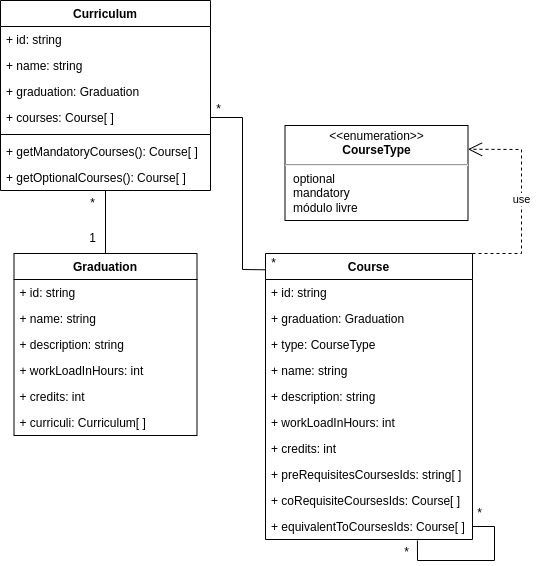
This is docs/images/modelagem/diagramas-estaticos-classes-1.png from UnBArqDsw2022-1/2022.1_G4_FluxoAgil, a draw.io export, as it was before one commit. Source tidied: cells renumbered, new cells last; positions are measured from the earlier drawing's top-left corner, leaving out a move shared by most shapes. The source it was exported from:
```xml
<mxGraphModel>
  <root>
    <mxCell id="0" />
    <mxCell id="1" parent="0" />
    <mxCell id="2" value="Course" style="swimlane;fontStyle=1;align=center;verticalAlign=top;horizontal=1;startSize=26;" parent="1" vertex="1">
      <mxGeometry x="265" y="253" width="207" height="286" as="geometry" />
    </mxCell>
    <mxCell id="3" value="+ id: string" style="text;strokeColor=none;fillColor=none;align=left;verticalAlign=top;spacingLeft=4;spacingRight=4;overflow=hidden;points=[[0,0.5],[1,0.5]];portConstraint=eastwest;fontColor=#000000;" parent="2" vertex="1">
      <mxGeometry y="26" width="207" height="26" as="geometry" />
    </mxCell>
    <mxCell id="4" value="+ graduation: Graduation" style="text;strokeColor=none;fillColor=none;align=left;verticalAlign=top;spacingLeft=4;spacingRight=4;overflow=hidden;fontColor=#000000;" parent="2" vertex="1">
      <mxGeometry y="52" width="207" height="26" as="geometry" />
    </mxCell>
    <mxCell id="5" value="+ type: CourseType" style="text;strokeColor=none;fillColor=none;align=left;verticalAlign=top;spacingLeft=4;spacingRight=4;overflow=hidden;fontColor=#000000;" parent="2" vertex="1">
      <mxGeometry y="78" width="207" height="26" as="geometry" />
    </mxCell>
    <mxCell id="6" value="+ name: string" style="text;strokeColor=none;fillColor=none;align=left;verticalAlign=top;spacingLeft=4;spacingRight=4;overflow=hidden;fontColor=#000000;" parent="2" vertex="1">
      <mxGeometry y="104" width="207" height="26" as="geometry" />
    </mxCell>
    <mxCell id="7" value="+ description: string" style="text;strokeColor=none;fillColor=none;align=left;verticalAlign=top;spacingLeft=4;spacingRight=4;overflow=hidden;fontColor=#000000;" parent="2" vertex="1">
      <mxGeometry y="130" width="207" height="26" as="geometry" />
    </mxCell>
    <mxCell id="8" value="+ workLoadInHours: int" style="text;strokeColor=none;fillColor=none;align=left;verticalAlign=top;spacingLeft=4;spacingRight=4;overflow=hidden;fontColor=#000000;" parent="2" vertex="1">
      <mxGeometry y="156" width="207" height="26" as="geometry" />
    </mxCell>
    <mxCell id="9" value="+ credits: int" style="text;strokeColor=none;fillColor=none;align=left;verticalAlign=top;spacingLeft=4;spacingRight=4;overflow=hidden;fontColor=#000000;" parent="2" vertex="1">
      <mxGeometry y="182" width="207" height="26" as="geometry" />
    </mxCell>
    <mxCell id="10" value="+ preRequisitesCoursesIds: string[ ]" style="text;strokeColor=none;fillColor=none;align=left;verticalAlign=top;spacingLeft=4;spacingRight=4;overflow=hidden;" parent="2" vertex="1">
      <mxGeometry y="208" width="207" height="26" as="geometry" />
    </mxCell>
    <mxCell id="11" value="+ coRequisiteCoursesIds: Course[ ]" style="text;strokeColor=none;fillColor=none;align=left;verticalAlign=top;spacingLeft=4;spacingRight=4;overflow=hidden;" parent="2" vertex="1">
      <mxGeometry y="234" width="207" height="26" as="geometry" />
    </mxCell>
    <mxCell id="12" value="+ equivalentToCoursesIds: Course[ ]" style="text;strokeColor=none;fillColor=none;align=left;verticalAlign=top;spacingLeft=4;spacingRight=4;overflow=hidden;points=[[0,0.5],[1,0.5]];portConstraint=eastwest;" parent="2" vertex="1">
      <mxGeometry y="260" width="207" height="26" as="geometry" />
    </mxCell>
    <mxCell id="13" style="endArrow=none;html=1;rounded=0;entryX=1;entryY=0.5;entryDx=0;entryDy=0;exitX=0.734;exitY=1.038;exitDx=0;exitDy=0;exitPerimeter=0;" parent="2" edge="1" source="12" target="12">
      <mxGeometry relative="1" as="geometry">
        <Array as="points">
          <mxPoint x="152" y="307" />
          <mxPoint x="229" y="307" />
          <mxPoint x="229" y="273" />
        </Array>
      </mxGeometry>
    </mxCell>
    <mxCell id="14" value="&lt;p style=&quot;margin:0px;margin-top:4px;text-align:center;&quot;&gt;&amp;lt;&amp;lt;enumeration&amp;gt;&amp;gt;&lt;br&gt;&lt;b&gt;CourseType&lt;/b&gt;&lt;/p&gt;&lt;hr&gt;&lt;p style=&quot;margin:0px;margin-left:8px;text-align:left;&quot;&gt;optional&lt;br&gt;mandatory&lt;/p&gt;&lt;p style=&quot;margin:0px;margin-left:8px;text-align:left;&quot;&gt;módulo livre&lt;/p&gt;" style="shape=rect;html=1;overflow=fill;whiteSpace=wrap;fontColor=#000000;" parent="1" vertex="1">
      <mxGeometry x="284.5" y="125" width="183" height="95" as="geometry" />
    </mxCell>
    <mxCell id="15" value="&lt;font color=&quot;#000000&quot;&gt;use&lt;/font&gt;" style="endArrow=open;endSize=12;dashed=1;html=1;rounded=0;fontColor=#CC0000;entryX=1;entryY=0.25;entryDx=0;entryDy=0;exitX=1;exitY=0;exitDx=0;exitDy=0;" parent="1" edge="1" source="2" target="14">
      <mxGeometry relative="1" as="geometry">
        <Array as="points">
          <mxPoint x="521" y="253" />
          <mxPoint x="521" y="149" />
        </Array>
      </mxGeometry>
    </mxCell>
    <mxCell id="16" value="Graduation" style="swimlane;fontStyle=1;align=center;verticalAlign=top;horizontal=1;startSize=26;" parent="1" vertex="1">
      <mxGeometry x="13.5" y="253" width="183" height="182" as="geometry" />
    </mxCell>
    <mxCell id="17" value="+ id: string" style="text;strokeColor=none;fillColor=none;align=left;verticalAlign=top;spacingLeft=4;spacingRight=4;overflow=hidden;fontColor=#000000;" parent="16" vertex="1">
      <mxGeometry y="26" width="183" height="26" as="geometry" />
    </mxCell>
    <mxCell id="18" value="+ name: string" style="text;strokeColor=none;fillColor=none;align=left;verticalAlign=top;spacingLeft=4;spacingRight=4;overflow=hidden;fontColor=#000000;" parent="16" vertex="1">
      <mxGeometry y="52" width="183" height="26" as="geometry" />
    </mxCell>
    <mxCell id="19" value="+ description: string" style="text;strokeColor=none;fillColor=none;align=left;verticalAlign=top;spacingLeft=4;spacingRight=4;overflow=hidden;fontColor=#000000;" parent="16" vertex="1">
      <mxGeometry y="78" width="183" height="26" as="geometry" />
    </mxCell>
    <mxCell id="20" value="+ workLoadInHours: int" style="text;strokeColor=none;fillColor=none;align=left;verticalAlign=top;spacingLeft=4;spacingRight=4;overflow=hidden;fontColor=#000000;" parent="16" vertex="1">
      <mxGeometry y="104" width="183" height="26" as="geometry" />
    </mxCell>
    <mxCell id="21" value="+ credits: int" style="text;strokeColor=none;fillColor=none;align=left;verticalAlign=top;spacingLeft=4;spacingRight=4;overflow=hidden;fontColor=#000000;" parent="16" vertex="1">
      <mxGeometry y="130" width="183" height="26" as="geometry" />
    </mxCell>
    <mxCell id="22" value="+ curriculi: Curriculum[ ] " style="text;strokeColor=none;fillColor=none;align=left;verticalAlign=top;spacingLeft=4;spacingRight=4;overflow=hidden;fontColor=#000000;" parent="16" vertex="1">
      <mxGeometry y="156" width="183" height="26" as="geometry" />
    </mxCell>
    <mxCell id="23" style="endArrow=none;html=1;rounded=0;exitX=1;exitY=0.5;exitDx=0;exitDy=0;entryX=0;entryY=0.057;entryDx=0;entryDy=0;entryPerimeter=0;" parent="1" edge="1" source="32" target="2">
      <mxGeometry relative="1" as="geometry">
        <Array as="points">
          <mxPoint x="242" y="117" />
          <mxPoint x="242" y="269" />
        </Array>
      </mxGeometry>
    </mxCell>
    <mxCell id="24" value="*" style="text;html=1;align=center;verticalAlign=middle;strokeColor=none;fillColor=none;" parent="1" vertex="1">
      <mxGeometry x="206" y="96" width="23" height="26" as="geometry" />
    </mxCell>
    <mxCell id="25" value="*" style="text;html=1;align=center;verticalAlign=middle;strokeColor=none;fillColor=none;" parent="1" vertex="1">
      <mxGeometry x="261.5" y="250" width="23" height="26" as="geometry" />
    </mxCell>
    <mxCell id="26" value="*" style="text;html=1;align=center;verticalAlign=middle;strokeColor=none;fillColor=none;" parent="1" vertex="1">
      <mxGeometry x="467.5" y="500" width="23" height="26" as="geometry" />
    </mxCell>
    <mxCell id="27" value="*" style="text;html=1;align=center;verticalAlign=middle;points=[];strokeColor=none;fillColor=none;" parent="1" vertex="1">
      <mxGeometry x="394" y="539" width="23" height="26" as="geometry" />
    </mxCell>
    <mxCell id="28" value="Curriculum" style="swimlane;fontStyle=1;align=center;verticalAlign=top;horizontal=1;startSize=26;" parent="1" vertex="1">
      <mxGeometry width="210" height="190" as="geometry" />
    </mxCell>
    <mxCell id="29" value="+ id: string" style="text;strokeColor=none;fillColor=none;align=left;verticalAlign=top;spacingLeft=4;spacingRight=4;overflow=hidden;fontColor=#000000;" parent="28" vertex="1">
      <mxGeometry y="26" width="210" height="26" as="geometry" />
    </mxCell>
    <mxCell id="30" value="+ name: string" style="text;strokeColor=none;fillColor=none;align=left;verticalAlign=top;spacingLeft=4;spacingRight=4;overflow=hidden;fontColor=#000000;" parent="28" vertex="1">
      <mxGeometry y="52" width="210" height="26" as="geometry" />
    </mxCell>
    <mxCell id="31" value="+ graduation: Graduation" style="text;strokeColor=none;fillColor=none;align=left;verticalAlign=top;spacingLeft=4;spacingRight=4;overflow=hidden;fontColor=#000000;" parent="28" vertex="1">
      <mxGeometry y="78" width="210" height="26" as="geometry" />
    </mxCell>
    <mxCell id="32" value="+ courses: Course[ ]" style="text;strokeColor=none;fillColor=none;align=left;verticalAlign=top;spacingLeft=4;spacingRight=4;overflow=hidden;points=[[0,0.5],[1,0.5]];portConstraint=eastwest;fontColor=#000000;" parent="28" vertex="1">
      <mxGeometry y="104" width="210" height="26" as="geometry" />
    </mxCell>
    <mxCell id="33" style="line;strokeWidth=1;fillColor=none;align=left;verticalAlign=middle;spacingTop=-1;spacingLeft=3;spacingRight=3;labelPosition=right;" parent="28" vertex="1">
      <mxGeometry y="130" width="210" height="8" as="geometry" />
    </mxCell>
    <mxCell id="34" value="+ getMandatoryCourses(): Course[ ]" style="text;strokeColor=none;fillColor=none;align=left;verticalAlign=top;spacingLeft=4;spacingRight=4;overflow=hidden;" parent="28" vertex="1">
      <mxGeometry y="138" width="210" height="26" as="geometry" />
    </mxCell>
    <mxCell id="35" value="+ getOptionalCourses(): Course[ ]" style="text;strokeColor=none;fillColor=none;align=left;verticalAlign=top;spacingLeft=4;spacingRight=4;overflow=hidden;" parent="28" vertex="1">
      <mxGeometry y="164" width="210" height="26" as="geometry" />
    </mxCell>
    <mxCell id="36" style="endArrow=none;html=1;rounded=0;exitX=0.5;exitY=0;exitDx=0;exitDy=0;entryX=0.5;entryY=1;entryDx=0;entryDy=0;" parent="1" edge="1" source="16" target="28">
      <mxGeometry relative="1" as="geometry" />
    </mxCell>
    <mxCell id="37" value="1" style="text;html=1;align=center;verticalAlign=middle;strokeColor=none;fillColor=none;" parent="1" vertex="1">
      <mxGeometry x="77" y="223" width="30" height="30" as="geometry" />
    </mxCell>
    <mxCell id="38" value="*" style="text;html=1;align=center;verticalAlign=middle;strokeColor=none;fillColor=none;" parent="1" vertex="1">
      <mxGeometry x="80.5" y="190" width="23" height="26" as="geometry" />
    </mxCell>
  </root>
</mxGraphModel>
```
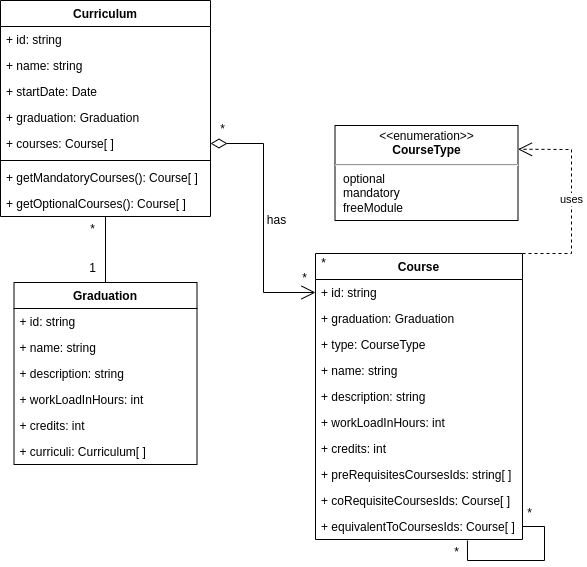
The same diagram one commit later.

The edit, as a diff of the source:
```diff
@@ -3,7 +3,7 @@
     <mxCell id="0" />
     <mxCell id="1" parent="0" />
     <mxCell id="2" value="Course" style="swimlane;fontStyle=1;align=center;verticalAlign=top;horizontal=1;startSize=26;" parent="1" vertex="1">
-      <mxGeometry x="265" y="253" width="207" height="286" as="geometry" />
+      <mxGeometry x="315" y="253" width="207" height="286" as="geometry" />
     </mxCell>
     <mxCell id="3" value="+ id: string" style="text;strokeColor=none;fillColor=none;align=left;verticalAlign=top;spacingLeft=4;spacingRight=4;overflow=hidden;points=[[0,0.5],[1,0.5]];portConstraint=eastwest;fontColor=#000000;" parent="2" vertex="1">
       <mxGeometry y="26" width="207" height="26" as="geometry" />
@@ -44,19 +44,19 @@
         </Array>
       </mxGeometry>
     </mxCell>
-    <mxCell id="14" value="&lt;p style=&quot;margin:0px;margin-top:4px;text-align:center;&quot;&gt;&amp;lt;&amp;lt;enumeration&amp;gt;&amp;gt;&lt;br&gt;&lt;b&gt;CourseType&lt;/b&gt;&lt;/p&gt;&lt;hr&gt;&lt;p style=&quot;margin:0px;margin-left:8px;text-align:left;&quot;&gt;optional&lt;br&gt;mandatory&lt;/p&gt;&lt;p style=&quot;margin:0px;margin-left:8px;text-align:left;&quot;&gt;módulo livre&lt;/p&gt;" style="shape=rect;html=1;overflow=fill;whiteSpace=wrap;fontColor=#000000;" parent="1" vertex="1">
-      <mxGeometry x="284.5" y="125" width="183" height="95" as="geometry" />
+    <mxCell id="14" value="&lt;p style=&quot;margin:0px;margin-top:4px;text-align:center;&quot;&gt;&amp;lt;&amp;lt;enumeration&amp;gt;&amp;gt;&lt;br&gt;&lt;b&gt;CourseType&lt;/b&gt;&lt;/p&gt;&lt;hr&gt;&lt;p style=&quot;margin:0px;margin-left:8px;text-align:left;&quot;&gt;optional&lt;br&gt;mandatory&lt;/p&gt;&lt;p style=&quot;margin:0px;margin-left:8px;text-align:left;&quot;&gt;freeModule&lt;/p&gt;" style="shape=rect;html=1;overflow=fill;whiteSpace=wrap;fontColor=#000000;" parent="1" vertex="1">
+      <mxGeometry x="334.5" y="125" width="183" height="95" as="geometry" />
     </mxCell>
-    <mxCell id="15" value="&lt;font color=&quot;#000000&quot;&gt;use&lt;/font&gt;" style="endArrow=open;endSize=12;dashed=1;html=1;rounded=0;fontColor=#CC0000;entryX=1;entryY=0.25;entryDx=0;entryDy=0;exitX=1;exitY=0;exitDx=0;exitDy=0;" parent="1" edge="1" source="2" target="14">
+    <mxCell id="15" value="&lt;font color=&quot;#000000&quot;&gt;uses&lt;/font&gt;" style="endArrow=open;endSize=12;dashed=1;html=1;rounded=0;fontColor=#CC0000;entryX=1;entryY=0.25;entryDx=0;entryDy=0;exitX=1;exitY=0;exitDx=0;exitDy=0;endFill=0;" parent="1" edge="1" source="2" target="14">
       <mxGeometry relative="1" as="geometry">
         <Array as="points">
-          <mxPoint x="521" y="253" />
-          <mxPoint x="521" y="149" />
+          <mxPoint x="571" y="253" />
+          <mxPoint x="571" y="149" />
         </Array>
       </mxGeometry>
     </mxCell>
     <mxCell id="16" value="Graduation" style="swimlane;fontStyle=1;align=center;verticalAlign=top;horizontal=1;startSize=26;" parent="1" vertex="1">
-      <mxGeometry x="13.5" y="253" width="183" height="182" as="geometry" />
+      <mxGeometry x="13.5" y="282" width="183" height="182" as="geometry" />
     </mxCell>
     <mxCell id="17" value="+ id: string" style="text;strokeColor=none;fillColor=none;align=left;verticalAlign=top;spacingLeft=4;spacingRight=4;overflow=hidden;fontColor=#000000;" parent="16" vertex="1">
       <mxGeometry y="26" width="183" height="26" as="geometry" />
@@ -76,58 +76,67 @@
     <mxCell id="22" value="+ curriculi: Curriculum[ ] " style="text;strokeColor=none;fillColor=none;align=left;verticalAlign=top;spacingLeft=4;spacingRight=4;overflow=hidden;fontColor=#000000;" parent="16" vertex="1">
       <mxGeometry y="156" width="183" height="26" as="geometry" />
     </mxCell>
-    <mxCell id="23" style="endArrow=none;html=1;rounded=0;exitX=1;exitY=0.5;exitDx=0;exitDy=0;entryX=0;entryY=0.057;entryDx=0;entryDy=0;entryPerimeter=0;" parent="1" edge="1" source="32" target="2">
-      <mxGeometry relative="1" as="geometry">
-        <Array as="points">
-          <mxPoint x="242" y="117" />
-          <mxPoint x="242" y="269" />
-        </Array>
-      </mxGeometry>
+    <mxCell id="23" value="*" style="text;html=1;align=center;verticalAlign=middle;strokeColor=none;fillColor=none;" parent="1" vertex="1">
+      <mxGeometry x="210" y="116" width="23" height="26" as="geometry" />
     </mxCell>
     <mxCell id="24" value="*" style="text;html=1;align=center;verticalAlign=middle;strokeColor=none;fillColor=none;" parent="1" vertex="1">
-      <mxGeometry x="206" y="96" width="23" height="26" as="geometry" />
+      <mxGeometry x="311.5" y="250" width="23" height="26" as="geometry" />
     </mxCell>
     <mxCell id="25" value="*" style="text;html=1;align=center;verticalAlign=middle;strokeColor=none;fillColor=none;" parent="1" vertex="1">
-      <mxGeometry x="261.5" y="250" width="23" height="26" as="geometry" />
+      <mxGeometry x="517.5" y="500" width="23" height="26" as="geometry" />
     </mxCell>
     <mxCell id="26" value="*" style="text;html=1;align=center;verticalAlign=middle;strokeColor=none;fillColor=none;" parent="1" vertex="1">
-      <mxGeometry x="467.5" y="500" width="23" height="26" as="geometry" />
+      <mxGeometry x="444" y="539" width="23" height="26" as="geometry" />
     </mxCell>
-    <mxCell id="27" value="*" style="text;html=1;align=center;verticalAlign=middle;points=[];strokeColor=none;fillColor=none;" parent="1" vertex="1">
-      <mxGeometry x="394" y="539" width="23" height="26" as="geometry" />
+    <mxCell id="27" value="Curriculum" style="swimlane;fontStyle=1;align=center;verticalAlign=top;horizontal=1;startSize=26;" parent="1" vertex="1">
+      <mxGeometry width="210" height="216" as="geometry" />
     </mxCell>
-    <mxCell id="28" value="Curriculum" style="swimlane;fontStyle=1;align=center;verticalAlign=top;horizontal=1;startSize=26;" parent="1" vertex="1">
-      <mxGeometry width="210" height="190" as="geometry" />
+    <mxCell id="28" value="+ id: string" style="text;strokeColor=none;fillColor=none;align=left;verticalAlign=top;spacingLeft=4;spacingRight=4;overflow=hidden;points=[[0,0.5],[1,0.5]];portConstraint=eastwest;fontColor=#000000;" parent="27" vertex="1">
+      <mxGeometry y="26" width="210" height="26" as="geometry" />
     </mxCell>
-    <mxCell id="29" value="+ id: string" style="text;strokeColor=none;fillColor=none;align=left;verticalAlign=top;spacingLeft=4;spacingRight=4;overflow=hidden;fontColor=#000000;" parent="28" vertex="1">
-      <mxGeometry y="26" width="210" height="26" as="geometry" />
+    <mxCell id="29" value="+ name: string" style="text;strokeColor=none;fillColor=none;align=left;verticalAlign=top;spacingLeft=4;spacingRight=4;overflow=hidden;fontColor=#000000;" parent="27" vertex="1">
+      <mxGeometry y="52" width="210" height="26" as="geometry" />
     </mxCell>
-    <mxCell id="30" value="+ name: string" style="text;strokeColor=none;fillColor=none;align=left;verticalAlign=top;spacingLeft=4;spacingRight=4;overflow=hidden;fontColor=#000000;" parent="28" vertex="1">
-      <mxGeometry y="52" width="210" height="26" as="geometry" />
+    <mxCell id="30" value="+ startDate: Date" style="text;strokeColor=none;fillColor=none;align=left;verticalAlign=top;spacingLeft=4;spacingRight=4;overflow=hidden;fontColor=#000000;" parent="27" vertex="1">
+      <mxGeometry y="78" width="210" height="26" as="geometry" />
     </mxCell>
-    <mxCell id="31" value="+ graduation: Graduation" style="text;strokeColor=none;fillColor=none;align=left;verticalAlign=top;spacingLeft=4;spacingRight=4;overflow=hidden;fontColor=#000000;" parent="28" vertex="1">
-      <mxGeometry y="78" width="210" height="26" as="geometry" />
+    <mxCell id="31" value="+ graduation: Graduation" style="text;strokeColor=none;fillColor=none;align=left;verticalAlign=top;spacingLeft=4;spacingRight=4;overflow=hidden;fontColor=#000000;" parent="27" vertex="1">
+      <mxGeometry y="104" width="210" height="26" as="geometry" />
     </mxCell>
-    <mxCell id="32" value="+ courses: Course[ ]" style="text;strokeColor=none;fillColor=none;align=left;verticalAlign=top;spacingLeft=4;spacingRight=4;overflow=hidden;points=[[0,0.5],[1,0.5]];portConstraint=eastwest;fontColor=#000000;" parent="28" vertex="1">
-      <mxGeometry y="104" width="210" height="26" as="geometry" />
+    <mxCell id="32" value="+ courses: Course[ ]" style="text;strokeColor=none;fillColor=none;align=left;verticalAlign=top;spacingLeft=4;spacingRight=4;overflow=hidden;points=[[0,0.5],[1,0.5]];portConstraint=eastwest;fontColor=#000000;" parent="27" vertex="1">
+      <mxGeometry y="130" width="210" height="26" as="geometry" />
     </mxCell>
-    <mxCell id="33" style="line;strokeWidth=1;fillColor=none;align=left;verticalAlign=middle;spacingTop=-1;spacingLeft=3;spacingRight=3;labelPosition=right;" parent="28" vertex="1">
-      <mxGeometry y="130" width="210" height="8" as="geometry" />
+    <mxCell id="33" style="line;strokeWidth=1;fillColor=none;align=left;verticalAlign=middle;spacingTop=-1;spacingLeft=3;spacingRight=3;labelPosition=right;" parent="27" vertex="1">
+      <mxGeometry y="156" width="210" height="8" as="geometry" />
     </mxCell>
-    <mxCell id="34" value="+ getMandatoryCourses(): Course[ ]" style="text;strokeColor=none;fillColor=none;align=left;verticalAlign=top;spacingLeft=4;spacingRight=4;overflow=hidden;" parent="28" vertex="1">
-      <mxGeometry y="138" width="210" height="26" as="geometry" />
+    <mxCell id="34" value="+ getMandatoryCourses(): Course[ ]" style="text;strokeColor=none;fillColor=none;align=left;verticalAlign=top;spacingLeft=4;spacingRight=4;overflow=hidden;" parent="27" vertex="1">
+      <mxGeometry y="164" width="210" height="26" as="geometry" />
     </mxCell>
-    <mxCell id="35" value="+ getOptionalCourses(): Course[ ]" style="text;strokeColor=none;fillColor=none;align=left;verticalAlign=top;spacingLeft=4;spacingRight=4;overflow=hidden;" parent="28" vertex="1">
-      <mxGeometry y="164" width="210" height="26" as="geometry" />
+    <mxCell id="35" value="+ getOptionalCourses(): Course[ ]" style="text;strokeColor=none;fillColor=none;align=left;verticalAlign=top;spacingLeft=4;spacingRight=4;overflow=hidden;" parent="27" vertex="1">
+      <mxGeometry y="190" width="210" height="26" as="geometry" />
     </mxCell>
-    <mxCell id="36" style="endArrow=none;html=1;rounded=0;exitX=0.5;exitY=0;exitDx=0;exitDy=0;entryX=0.5;entryY=1;entryDx=0;entryDy=0;" parent="1" edge="1" source="16" target="28">
+    <mxCell id="36" style="endArrow=none;html=1;rounded=0;exitX=0.5;exitY=0;exitDx=0;exitDy=0;entryX=0.5;entryY=1;entryDx=0;entryDy=0;" parent="1" edge="1" source="16" target="27">
       <mxGeometry relative="1" as="geometry" />
     </mxCell>
     <mxCell id="37" value="1" style="text;html=1;align=center;verticalAlign=middle;strokeColor=none;fillColor=none;" parent="1" vertex="1">
-      <mxGeometry x="77" y="223" width="30" height="30" as="geometry" />
+      <mxGeometry x="77" y="253" width="30" height="30" as="geometry" />
     </mxCell>
     <mxCell id="38" value="*" style="text;html=1;align=center;verticalAlign=middle;strokeColor=none;fillColor=none;" parent="1" vertex="1">
-      <mxGeometry x="80.5" y="190" width="23" height="26" as="geometry" />
+      <mxGeometry x="80.5" y="216" width="23" height="26" as="geometry" />
     </mxCell>
+    <mxCell id="39" value="*" style="text;html=1;align=center;verticalAlign=middle;strokeColor=none;fillColor=none;" parent="1" vertex="1">
+      <mxGeometry x="292" y="265" width="23" height="26" as="geometry" />
+    </mxCell>
+    <mxCell id="40" value="has" style="text;html=1;align=center;verticalAlign=middle;strokeColor=none;fillColor=none;" parent="1" vertex="1">
+      <mxGeometry x="258" y="207" width="37" height="26" as="geometry" />
+    </mxCell>
+    <mxCell id="41" style="endArrow=open;html=1;endSize=12;startArrow=diamondThin;startSize=14;startFill=0;edgeStyle=orthogonalEdgeStyle;align=left;verticalAlign=bottom;rounded=0;exitX=1;exitY=0.5;exitDx=0;exitDy=0;entryX=0;entryY=0.5;entryDx=0;entryDy=0;" parent="1" edge="1" source="32" target="3">
+      <mxGeometry x="-1" y="3" relative="1" as="geometry">
+        <Array as="points">
+          <mxPoint x="263" y="143" />
+          <mxPoint x="263" y="292" />
+        </Array>
+      </mxGeometry>
+    </mxCell>
   </root>
 </mxGraphModel>
```
